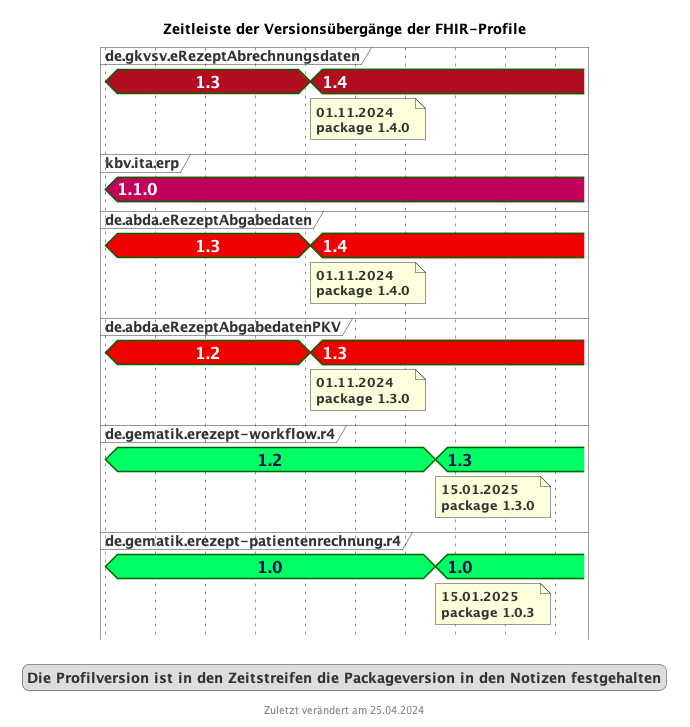
Earlier version of the PlantUML export images/puml_fhir_version_timeline.png (gematik/api-erp).
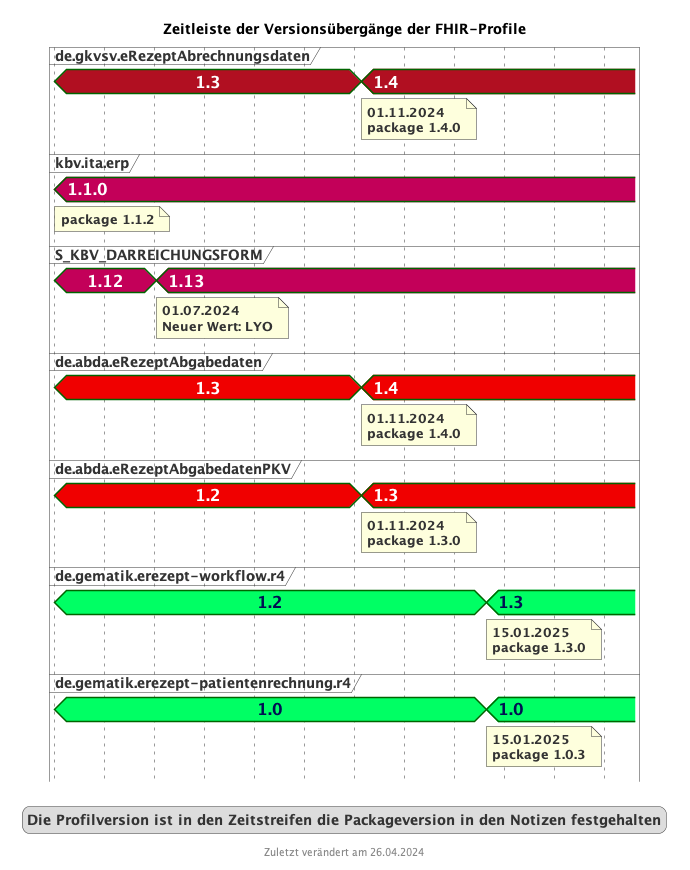
Above is the later version.

Commit message:
Add ST into releaseplan view

The edit, as a diff of the source:
```diff
@@ -28,11 +28,12 @@
 }
 </style>
 title Zeitleiste der Versionsübergänge der FHIR-Profile
-footer Zuletzt verändert am 25.04.2024
+footer Zuletzt verändert am 26.04.2024
 
 
 concise "de.gkvsv.eRezeptAbrechnungsdaten" as GKV <<gkvcolor>>
 concise "kbv.ita.erp" as KBV <<kbvcolor>>
+concise "S_KBV_DARREICHUNGSFORM" as DF <<kbvcolor>>
 concise "de.abda.eRezeptAbgabedaten" as DAV <<davcolor>>
 concise "de.abda.eRezeptAbgabedatenPKV" as PKV <<davcolor>>
 concise "de.gematik.erezept-workflow.r4" as gematik <<gematikcolor>>
@@ -42,14 +43,19 @@
 scale 2592000 as 50 pixels
 hide time-axis
 
-@2024/07/01
+@2024/05/01
 GKV is 1.3
 KBV is 1.1.0
+DF is 1.12
+note bottom of KBV : package 1.1.2
 DAV is 1.3
 gematik is 1.2
 gematikpkv is 1.0
 PKV is 1.2
 
+@2024/07/01
+DF is 1.13
+note bottom of DF : 01.07.2024\nNeuer Wert: LYO
 
 @2024/11/01
 GKV is 1.4
```
